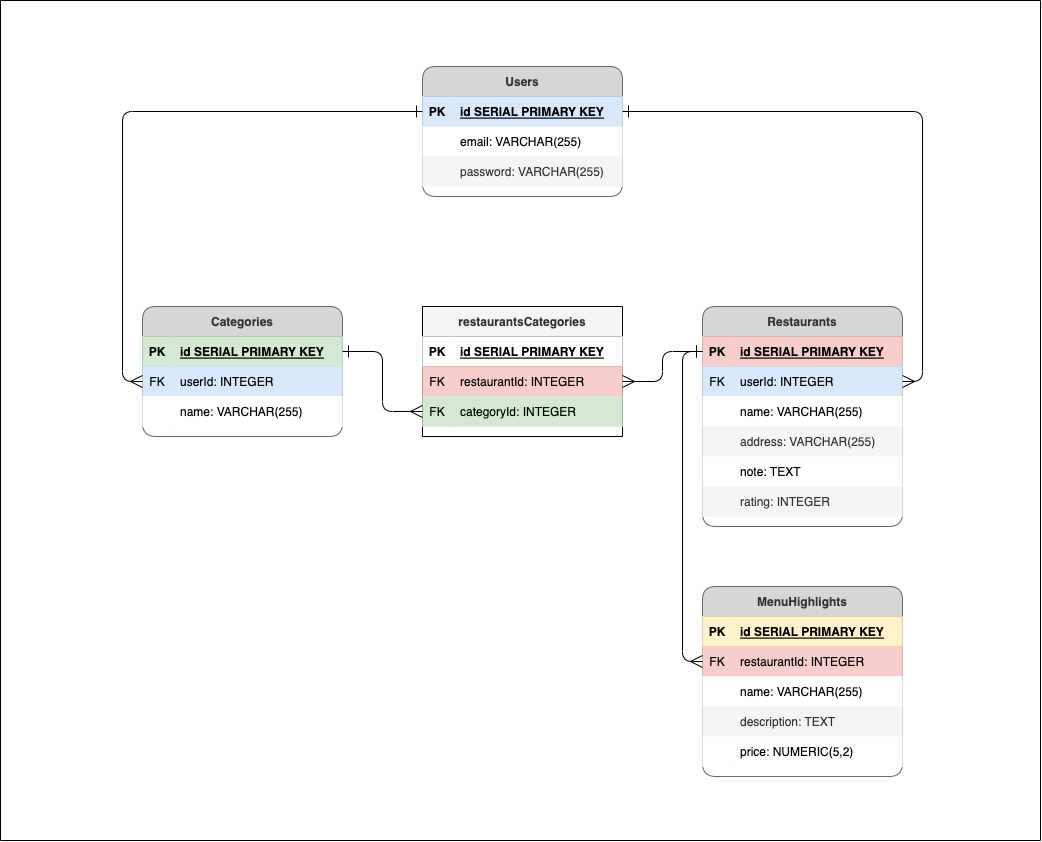
Above: ERD.drawio.png in philjang/ad-libitum (draw.io), before the change. Source tidied: cells renumbered, new cells last; positions are measured from the earlier drawing's top-left corner, leaving out a move shared by most shapes.
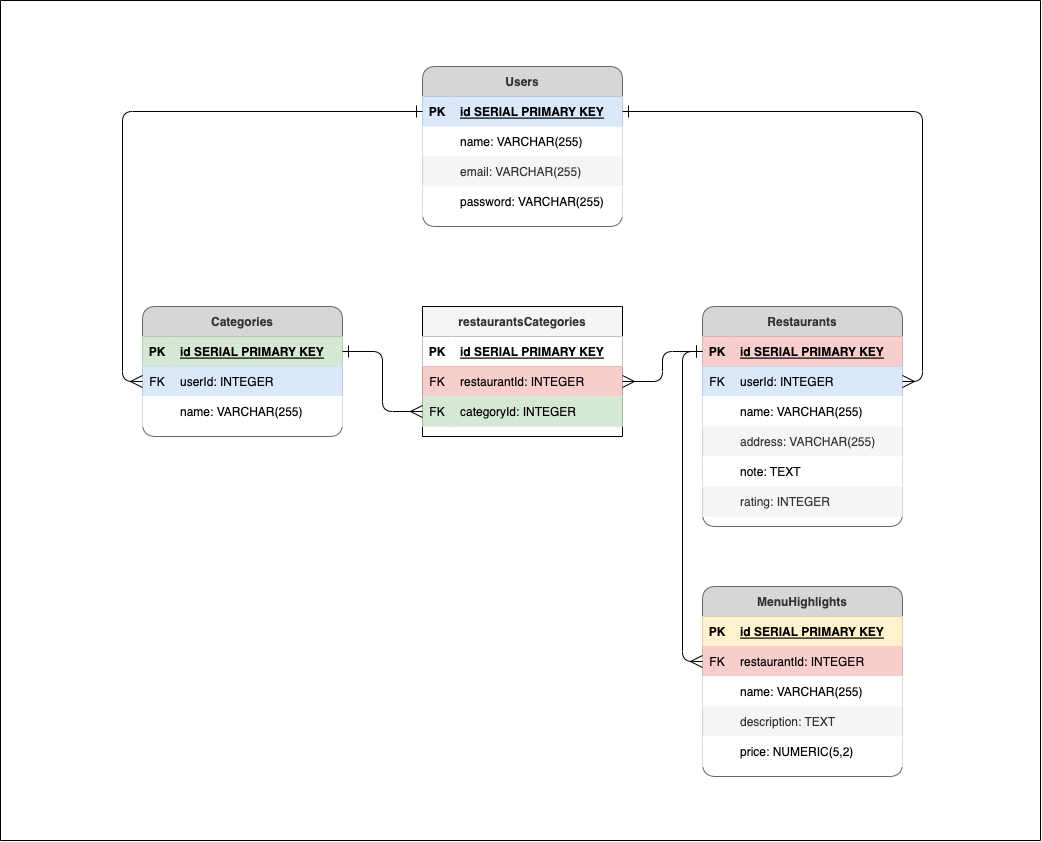
The same file after the commit.

What changed in the source:
```diff
@@ -3,7 +3,7 @@
     <mxCell id="0" />
     <mxCell id="1" parent="0" />
     <mxCell id="2" value="Users" style="shape=table;startSize=30;rowLines=0;fontStyle=1;align=center;fillColor=#D6D6D6;strokeColor=#666666;swimlaneFillColor=none;rounded=1;fontColor=#333333;" parent="1" vertex="1">
-      <mxGeometry x="422" y="66" width="200" height="130" as="geometry" />
+      <mxGeometry x="422" y="66" width="200" height="160" as="geometry" />
     </mxCell>
     <mxCell id="3" style="shape=tableRow;horizontal=0;startSize=0;swimlaneHead=0;swimlaneBody=0;fillColor=#dae8fc;points=[[0,0.5],[1,0.5]];portConstraint=eastwest;top=0;left=0;right=0;bottom=1;strokeColor=#6c8ebf;" parent="2" vertex="1">
       <mxGeometry y="30" width="200" height="30" as="geometry" />
@@ -14,22 +14,31 @@
     <mxCell id="5" value="id SERIAL PRIMARY KEY" style="shape=partialRectangle;fillColor=#dae8fc;top=0;left=0;bottom=0;right=0;align=left;spacingLeft=6;fontStyle=5;overflow=hidden;strokeColor=#6c8ebf;" parent="3" vertex="1">
       <mxGeometry x="30" width="170" height="30" as="geometry" />
     </mxCell>
+    <mxCell id="77" style="shape=tableRow;horizontal=0;startSize=0;swimlaneHead=0;swimlaneBody=0;top=0;left=0;right=0;bottom=0;" parent="2" vertex="1">
+      <mxGeometry y="60" width="200" height="30" as="geometry" />
+    </mxCell>
+    <mxCell id="78" style="shape=partialRectangle;top=0;left=0;bottom=0;right=0;overflow=hidden;" parent="77" vertex="1">
+      <mxGeometry width="30" height="30" as="geometry" />
+    </mxCell>
+    <mxCell id="79" value="name: VARCHAR(255)" style="shape=partialRectangle;top=0;left=0;bottom=0;right=0;align=left;spacingLeft=6;overflow=hidden;" parent="77" vertex="1">
+      <mxGeometry x="30" width="170" height="30" as="geometry" />
+    </mxCell>
-    <mxCell id="6" style="shape=tableRow;horizontal=0;startSize=0;swimlaneHead=0;swimlaneBody=0;top=0;left=0;right=0;bottom=0;" parent="2" vertex="1">
-      <mxGeometry y="60" width="200" height="30" as="geometry" />
+    <mxCell id="6" style="shape=tableRow;horizontal=0;startSize=0;swimlaneHead=0;swimlaneBody=0;top=0;left=0;right=0;bottom=0;fillColor=#f5f5f5;fontColor=#333333;strokeColor=#666666;" parent="2" vertex="1">
+      <mxGeometry y="90" width="200" height="30" as="geometry" />
     </mxCell>
-    <mxCell id="7" style="shape=partialRectangle;top=0;left=0;bottom=0;right=0;overflow=hidden;" parent="6" vertex="1">
+    <mxCell id="7" style="shape=partialRectangle;top=0;left=0;bottom=0;right=0;overflow=hidden;fillColor=#f5f5f5;fontColor=#333333;strokeColor=#666666;" parent="6" vertex="1">
       <mxGeometry width="30" height="30" as="geometry" />
     </mxCell>
-    <mxCell id="8" value="email: VARCHAR(255)" style="shape=partialRectangle;top=0;left=0;bottom=0;right=0;align=left;spacingLeft=6;overflow=hidden;" parent="6" vertex="1">
+    <mxCell id="8" value="email: VARCHAR(255)" style="shape=partialRectangle;top=0;left=0;bottom=0;right=0;align=left;spacingLeft=6;overflow=hidden;fillColor=#f5f5f5;fontColor=#333333;strokeColor=#666666;" parent="6" vertex="1">
       <mxGeometry x="30" width="170" height="30" as="geometry" />
     </mxCell>
-    <mxCell id="9" style="shape=tableRow;horizontal=0;startSize=0;swimlaneHead=0;swimlaneBody=0;top=0;left=0;right=0;bottom=0;fillColor=#f5f5f5;fontColor=#333333;strokeColor=#666666;" parent="2" vertex="1">
-      <mxGeometry y="90" width="200" height="30" as="geometry" />
+    <mxCell id="9" style="shape=tableRow;horizontal=0;startSize=0;swimlaneHead=0;swimlaneBody=0;top=0;left=0;right=0;bottom=0;" parent="2" vertex="1">
+      <mxGeometry y="120" width="200" height="30" as="geometry" />
     </mxCell>
-    <mxCell id="10" style="shape=partialRectangle;top=0;left=0;bottom=0;right=0;overflow=hidden;fillColor=#f5f5f5;fontColor=#333333;strokeColor=#666666;" parent="9" vertex="1">
+    <mxCell id="10" style="shape=partialRectangle;top=0;left=0;bottom=0;right=0;overflow=hidden;" parent="9" vertex="1">
       <mxGeometry width="30" height="30" as="geometry" />
     </mxCell>
-    <mxCell id="11" value="password: VARCHAR(255)" style="shape=partialRectangle;top=0;left=0;bottom=0;right=0;align=left;spacingLeft=6;overflow=hidden;fillColor=#f5f5f5;fontColor=#333333;strokeColor=#666666;" parent="9" vertex="1">
+    <mxCell id="11" value="password: VARCHAR(255)" style="shape=partialRectangle;top=0;left=0;bottom=0;right=0;align=left;spacingLeft=6;overflow=hidden;" parent="9" vertex="1">
       <mxGeometry x="30" width="170" height="30" as="geometry" />
     </mxCell>
     <mxCell id="12" value="Restaurants" style="shape=table;startSize=30;rowLines=0;fontStyle=1;align=center;fillColor=#D6D6D6;strokeColor=#666666;swimlaneFillColor=none;rounded=1;fontColor=#333333;perimeterSpacing=0;" parent="1" vertex="1">
```
